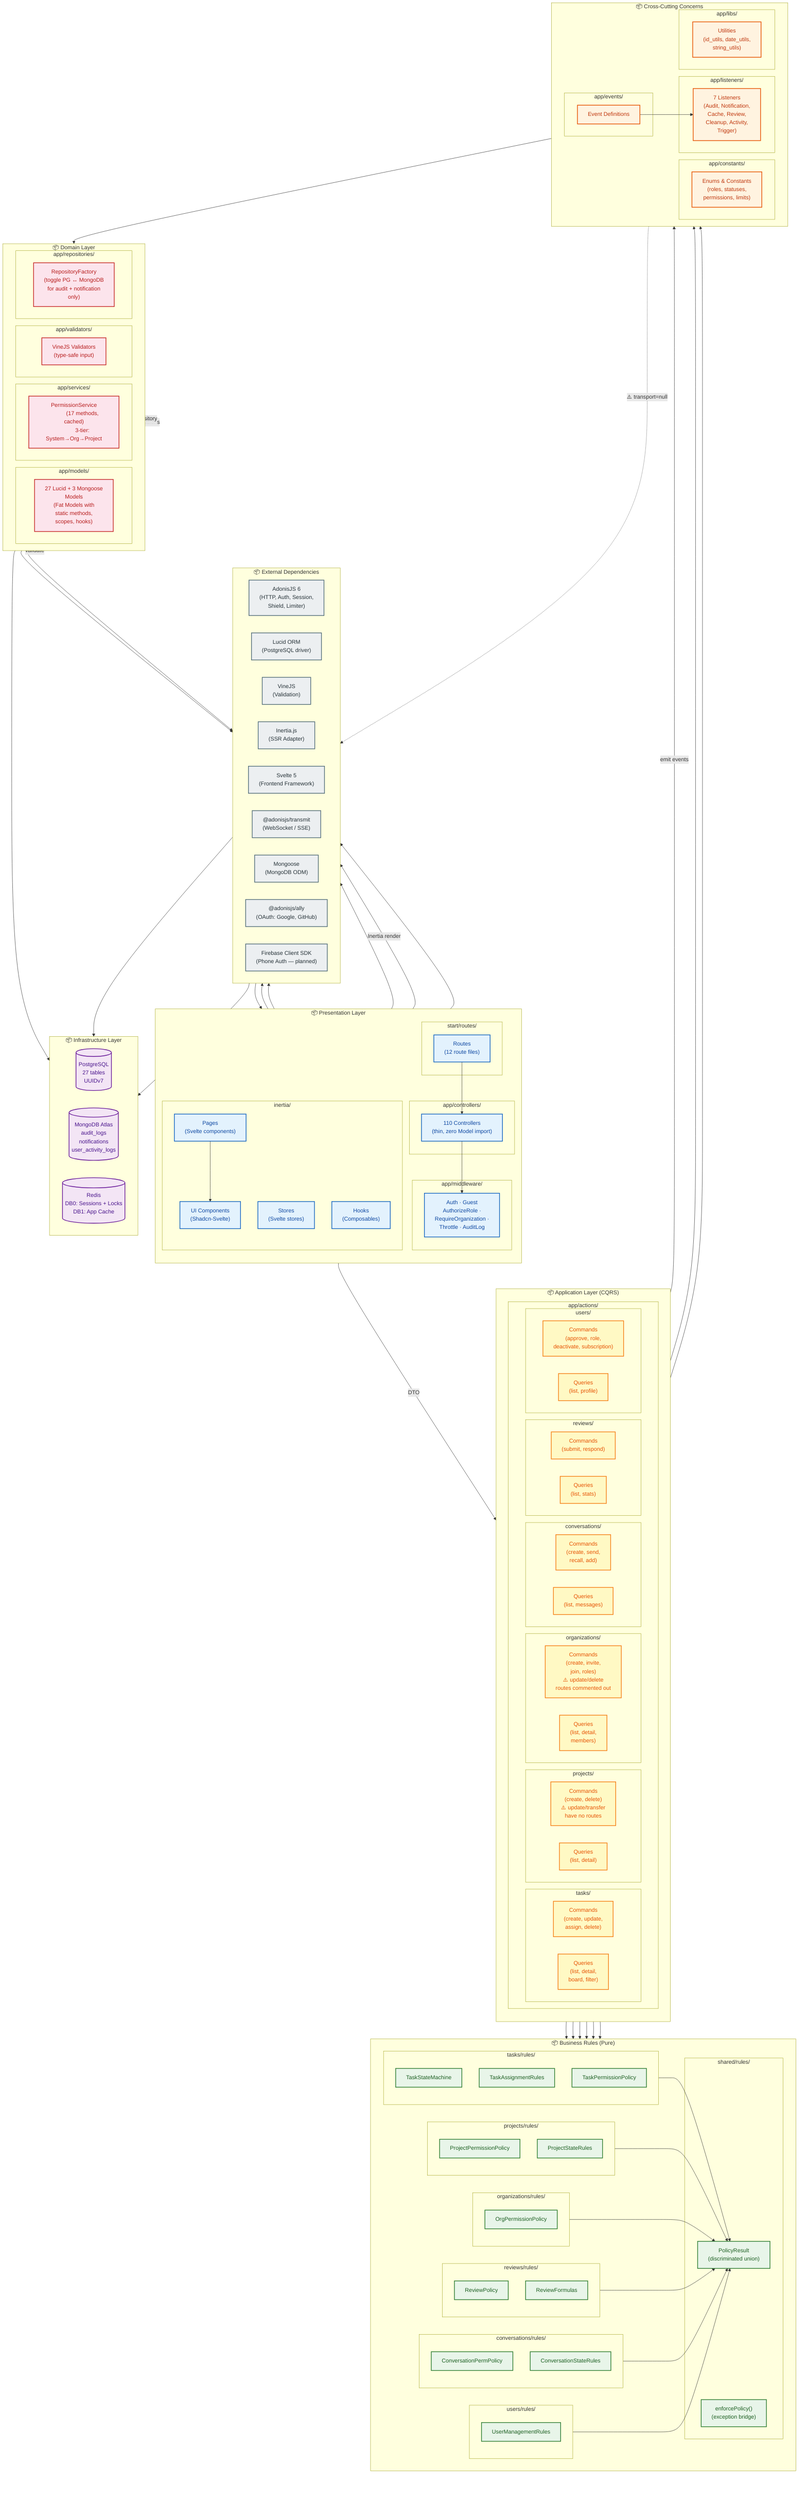
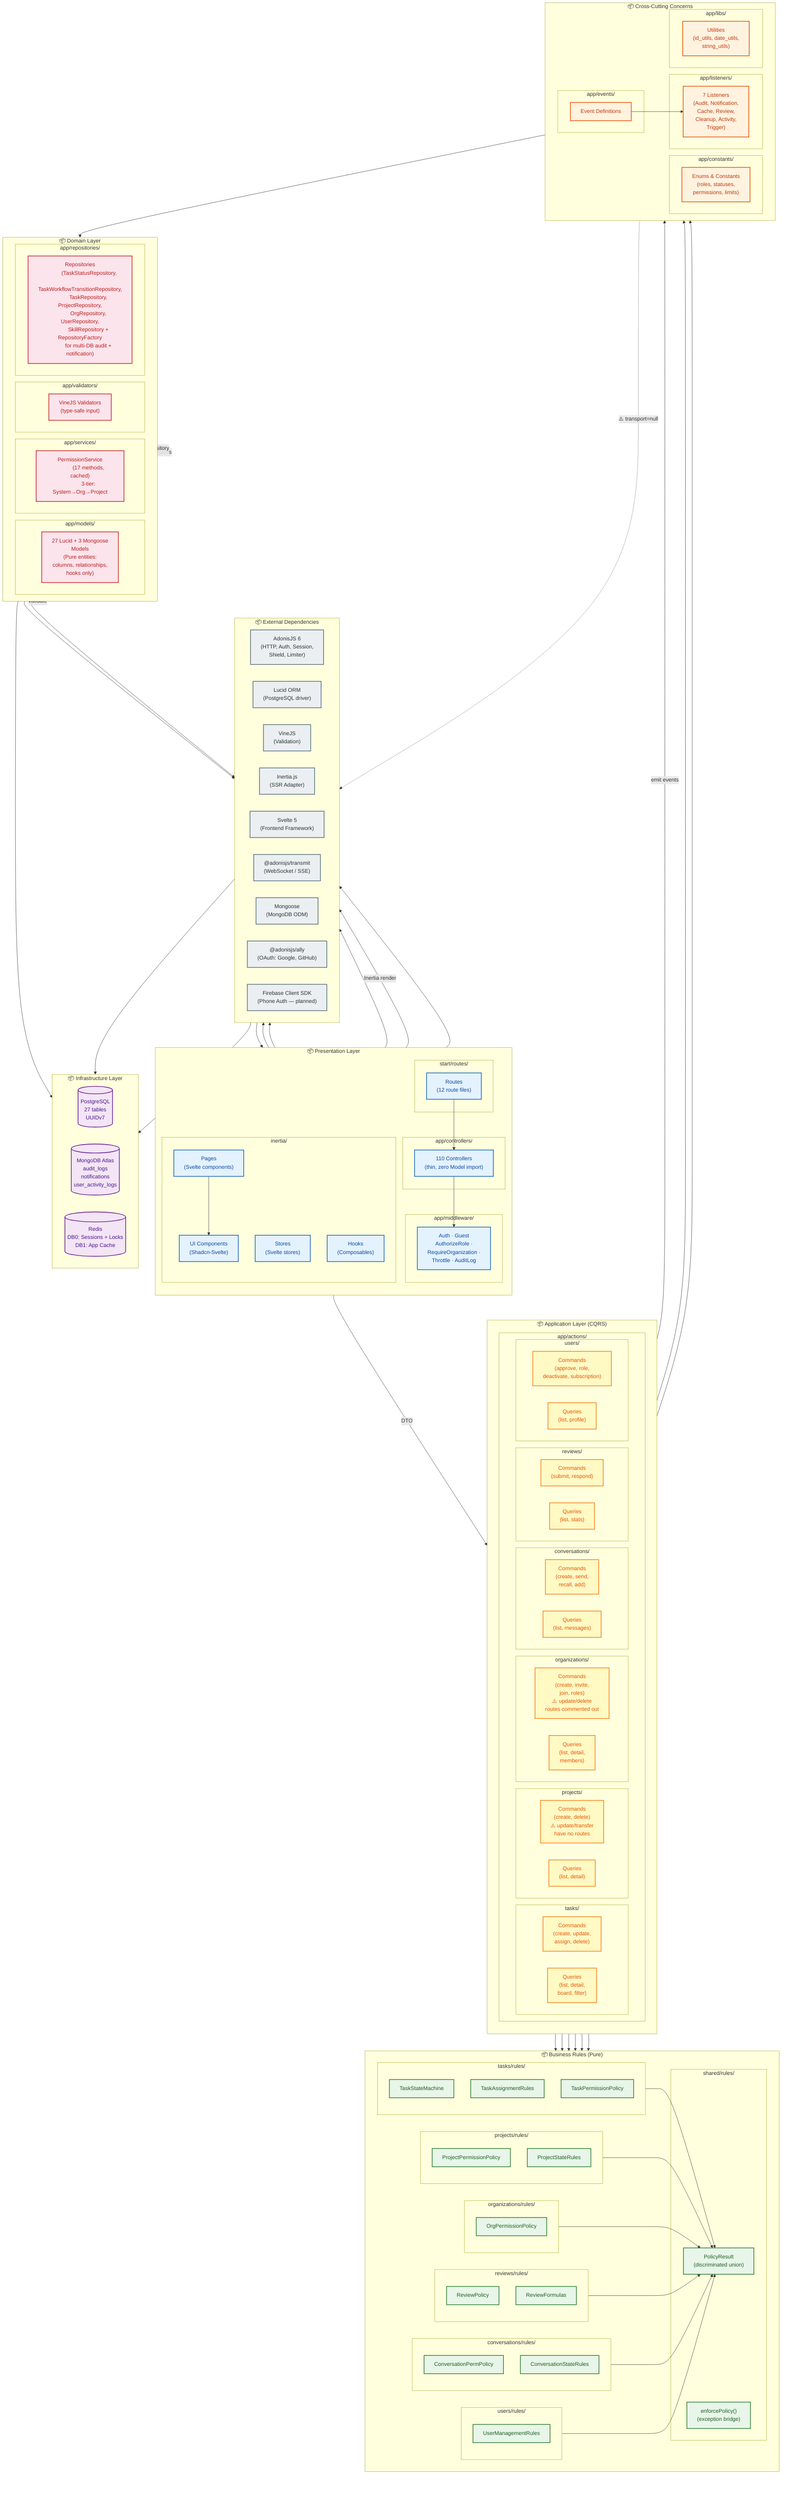
- %% Package Diagram: Suar Platform System Packages
- %% Greenwich Thesis — shows module dependencies and package structure
+ %% ─────────────────────────────────────────────────────────────────────────────
+ %% pkg_01_system_packages: Suar Platform — Full System Package Map (COMBINED)
+ %% ─────────────────────────────────────────────────────────────────────────────
+ %% NOTE: This is the combined reference diagram for all package layers.
+ %% For easier reading, this diagram has been split into focused sub-diagrams:
+ %%   pkg_01_overview.mmd          -- High-level 5-layer overview (start here)
+ %%   pkg_02_application_layer.mmd -- CQRS Actions breakdown by domain
+ %%   pkg_03_business_rules.mmd    -- Business rules (pure, zero DB deps)
+ %%   pkg_04_domain_infra.mmd      -- Domain models, repos, DB backends
+ %%   pkg_05_crosscutting.mmd      -- Events, Listeners, Constants, Libs
+ %% ─────────────────────────────────────────────────────────────────────────────
+ %% Greenwich Thesis -- shows module dependencies and package structure
%% Based on AdonisJS 6 + CQRS architecture
%% Cross-referenced with actual backend code 2024
- %% ❌ Fixed: Route count 10→12, Controller count 107→110
- %% ❌ Fixed: Middleware names (no Permission/SilentAuth)
- %% ❌ Fixed: Firebase is for phone auth only (NOT push notifications)
- %% ❌ Removed: NotificationService, AuditService (don't exist as classes)
- %% ❌ Fixed: Repositories are only for audit/notification (not general abstraction)
+ %% Fixed: Route count 10->12, Controller count 107->110
+ %% Fixed: Middleware names (no Permission/SilentAuth)
+ %% Fixed: Firebase is for phone auth only (NOT push notifications)
+ %% Removed: NotificationService, AuditService (don't exist as classes)
+ %% Fixed: Repositories cover all domain entities (not only audit/notification)

graph TD
    %% ==============================
    %% External Packages
    %% ==============================
    subgraph external["📦 External Dependencies"]
        direction LR
        ADONIS["AdonisJS 6
        (HTTP, Auth, Session,
        Shield, Limiter)"]
        LUCID["Lucid ORM
        (PostgreSQL driver)"]
        VINE["VineJS
        (Validation)"]
        INERTIA["Inertia.js
        (SSR Adapter)"]
        SVELTE["Svelte 5
        (Frontend Framework)"]
        TRANSMIT["@adonisjs/transmit
        (WebSocket / SSE)"]
        MONGOOSE["Mongoose
        (MongoDB ODM)"]
        ALLY["@adonisjs/ally
        (OAuth: Google, GitHub)"]
        FIREBASE["Firebase Client SDK
        (Phone Auth — planned)"]
    end

    %% ==============================
    %% Presentation Package
    %% ==============================
    subgraph presentation["📦 Presentation Layer"]
        direction TB
        subgraph routes_pkg["start/routes/"]
            ROUTES["Routes
            (12 route files)"]
        end
        subgraph controllers_pkg["app/controllers/"]
            CONTROLLERS["110 Controllers
            (thin, zero Model import)"]
        end
        subgraph middleware_pkg["app/middleware/"]
            MIDDLEWARE["Auth · Guest
            AuthorizeRole ·
            RequireOrganization ·
            Throttle · AuditLog"]
        end
        subgraph frontend_pkg["inertia/"]
            PAGES["Pages
            (Svelte components)"]
            STORES["Stores
            (Svelte stores)"]
            HOOKS["Hooks
            (Composables)"]
            COMPONENTS["UI Components
            (Shadcn-Svelte)"]
        end
    end

    %% ==============================
    %% Application Package (CQRS)
    %% ==============================
    subgraph application["📦 Application Layer (CQRS)"]
        direction TB
        subgraph actions_pkg["app/actions/"]
            direction LR
            subgraph task_actions["tasks/"]
                T_CMD["Commands
                (create, update,
                assign, delete)"]
                T_QRY["Queries
                (list, detail,
                board, filter)"]
            end
            subgraph project_actions["projects/"]
                P_CMD["Commands
                (create, delete)
                ⚠️ update/transfer
                have no routes"]
                P_QRY["Queries
                (list, detail)"]
            end
            subgraph org_actions["organizations/"]
                O_CMD["Commands
                (create, invite,
                join, roles)
                ⚠️ update/delete
                routes commented out"]
                O_QRY["Queries
                (list, detail,
                members)"]
            end
            subgraph conv_actions["conversations/"]
                C_CMD["Commands
                (create, send,
                recall, add)"]
                C_QRY["Queries
                (list, messages)"]
            end
            subgraph review_actions["reviews/"]
                R_CMD["Commands
                (submit, respond)"]
                R_QRY["Queries
                (list, stats)"]
            end
            subgraph user_actions["users/"]
                U_CMD["Commands
                (approve, role,
                deactivate, subscription)"]
                U_QRY["Queries
                (list, profile)"]
            end
        end
    end

    %% ==============================
    %% Rules Package (Pure Business Logic)
    %% ==============================
    subgraph rules["📦 Business Rules (Pure)"]
        direction LR
        subgraph shared_rules["shared/rules/"]
            POLICY_RESULT["PolicyResult
            (discriminated union)"]
            ENFORCE["enforcePolicy()
            (exception bridge)"]
        end
        subgraph task_rules["tasks/rules/"]
            TSM["TaskStateMachine"]
            TAR["TaskAssignmentRules"]
            TPP["TaskPermissionPolicy"]
        end
        subgraph project_rules["projects/rules/"]
            PPP["ProjectPermissionPolicy"]
            PSR["ProjectStateRules"]
        end
        subgraph org_rules["organizations/rules/"]
            OPP["OrgPermissionPolicy"]
        end
        subgraph review_rules_pkg["reviews/rules/"]
            RP["ReviewPolicy"]
            RF["ReviewFormulas"]
        end
        subgraph conv_rules["conversations/rules/"]
            CPP["ConversationPermPolicy"]
            CSR["ConversationStateRules"]
        end
        subgraph user_rules["users/rules/"]
            UMR["UserManagementRules"]
        end
    end

    %% ==============================
    %% Domain Package
    %% ==============================
    subgraph domain["📦 Domain Layer"]
        direction LR
        subgraph models_pkg["app/models/"]
            MODELS["27 Lucid + 3 Mongoose
            Models
-             (Fat Models with
-             static methods,
-             scopes, hooks)"]
+             (Pure entities:
+             columns, relationships,
+             hooks only)"]
        end
        subgraph services_pkg["app/services/"]
            PERM_SVC["PermissionService
            (17 methods, cached)
            3-tier: System→Org→Project"]
        end
        subgraph validators_pkg["app/validators/"]
            VALIDATORS["VineJS Validators
            (type-safe input)"]
        end
        subgraph repos_pkg["app/repositories/"]
-             REPOS["RepositoryFactory
-             (toggle PG ↔ MongoDB
-             for audit + notification
-             only)"]
+             REPOS["Repositories
+             (TaskStatusRepository,
+             TaskWorkflowTransitionRepository,
+             TaskRepository, ProjectRepository,
+             OrgRepository, UserRepository,
+             SkillRepository + RepositoryFactory
+             for multi-DB audit + notification)"]
        end
    end

    %% ==============================
    %% Infrastructure Package
    %% ==============================
    subgraph infrastructure["📦 Infrastructure Layer"]
        direction LR
        PG[("PostgreSQL
        27 tables
        UUIDv7")]
        MONGO[("MongoDB Atlas
        audit_logs
        notifications
        user_activity_logs")]
        REDIS[("Redis
        DB0: Sessions + Locks
        DB1: App Cache")]
    end

    %% ==============================
    %% Cross-Cutting Package
    %% ==============================
    subgraph crosscutting["📦 Cross-Cutting Concerns"]
        direction LR
        subgraph events_pkg["app/events/"]
            EVENTS["Event Definitions"]
        end
        subgraph listeners_pkg["app/listeners/"]
            LISTENERS["7 Listeners
            (Audit, Notification,
            Cache, Review,
            Cleanup, Activity,
            Trigger)"]
        end
        subgraph constants_pkg["app/constants/"]
            CONSTANTS["Enums & Constants
            (roles, statuses,
            permissions, limits)"]
        end
        subgraph libs_pkg["app/libs/"]
            LIBS["Utilities
            (id_utils, date_utils,
            string_utils)"]
        end
    end

    %% ==============================
    %% Package Dependencies
    %% ==============================

    %% Presentation → Application
    ROUTES --> CONTROLLERS
    CONTROLLERS --> MIDDLEWARE
    CONTROLLERS -->|"DTO"| actions_pkg

    %% Frontend → External
    PAGES --> SVELTE
    PAGES --> COMPONENTS
    COMPONENTS --> SVELTE
    STORES --> SVELTE
    CONTROLLERS -->|"Inertia render"| INERTIA
    INERTIA --> PAGES

    %% Application → Rules (pure)
    T_CMD --> task_rules
    P_CMD --> project_rules
    O_CMD --> org_rules
    R_CMD --> review_rules_pkg
    C_CMD --> conv_rules
    U_CMD --> user_rules

    %% Rules → Shared
    task_rules --> POLICY_RESULT
    project_rules --> POLICY_RESULT
    org_rules --> POLICY_RESULT
    review_rules_pkg --> POLICY_RESULT
    conv_rules --> POLICY_RESULT
    user_rules --> POLICY_RESULT

    %% Application → Domain
    actions_pkg -->|"validate"| VALIDATORS
    actions_pkg -->|"permissions"| PERM_SVC
    actions_pkg -->|"read/write"| MODELS
    actions_pkg -->|"repository"| REPOS

    %% Domain → Infrastructure
    MODELS --> LUCID --> PG
    REPOS --> MONGOOSE --> MONGO
    PERM_SVC --> REDIS
    CONTROLLERS --> ADONIS

    %% Cross-cutting connections
    actions_pkg -->|"emit events"| EVENTS
    EVENTS --> LISTENERS
    LISTENERS --> REPOS
    LISTENERS -.->|"⚠️ transport=null"| TRANSMIT
    actions_pkg --> CONSTANTS
    actions_pkg --> LIBS

    %% ==============================
    %% Styling
    %% ==============================
    classDef extStyle fill:#ECEFF1,stroke:#546E7A,stroke-width:2px,color:#263238
    classDef presStyle fill:#E3F2FD,stroke:#1565C0,stroke-width:2px,color:#0D47A1
    classDef appStyle fill:#FFF9C4,stroke:#F57F17,stroke-width:2px,color:#E65100
    classDef ruleStyle fill:#E8F5E9,stroke:#2E7D32,stroke-width:2px,color:#1B5E20
    classDef domStyle fill:#FCE4EC,stroke:#C62828,stroke-width:2px,color:#B71C1C
    classDef infraStyle fill:#F3E5F5,stroke:#6A1B9A,stroke-width:2px,color:#4A148C
    classDef crossStyle fill:#FFF3E0,stroke:#E65100,stroke-width:2px,color:#BF360C

    class ADONIS,LUCID,VINE,INERTIA,SVELTE,TRANSMIT,MONGOOSE,ALLY,FIREBASE extStyle
    class ROUTES,CONTROLLERS,MIDDLEWARE,PAGES,STORES,HOOKS,COMPONENTS presStyle
    class T_CMD,T_QRY,P_CMD,P_QRY,O_CMD,O_QRY,C_CMD,C_QRY,R_CMD,R_QRY,U_CMD,U_QRY appStyle
    class POLICY_RESULT,ENFORCE,TSM,TAR,TPP,PPP,PSR,OPP,RP,RF,CPP,CSR,UMR ruleStyle
    class MODELS,PERM_SVC,VALIDATORS,REPOS domStyle
    class PG,MONGO,REDIS infraStyle
    class EVENTS,LISTENERS,CONSTANTS,LIBS crossStyle


